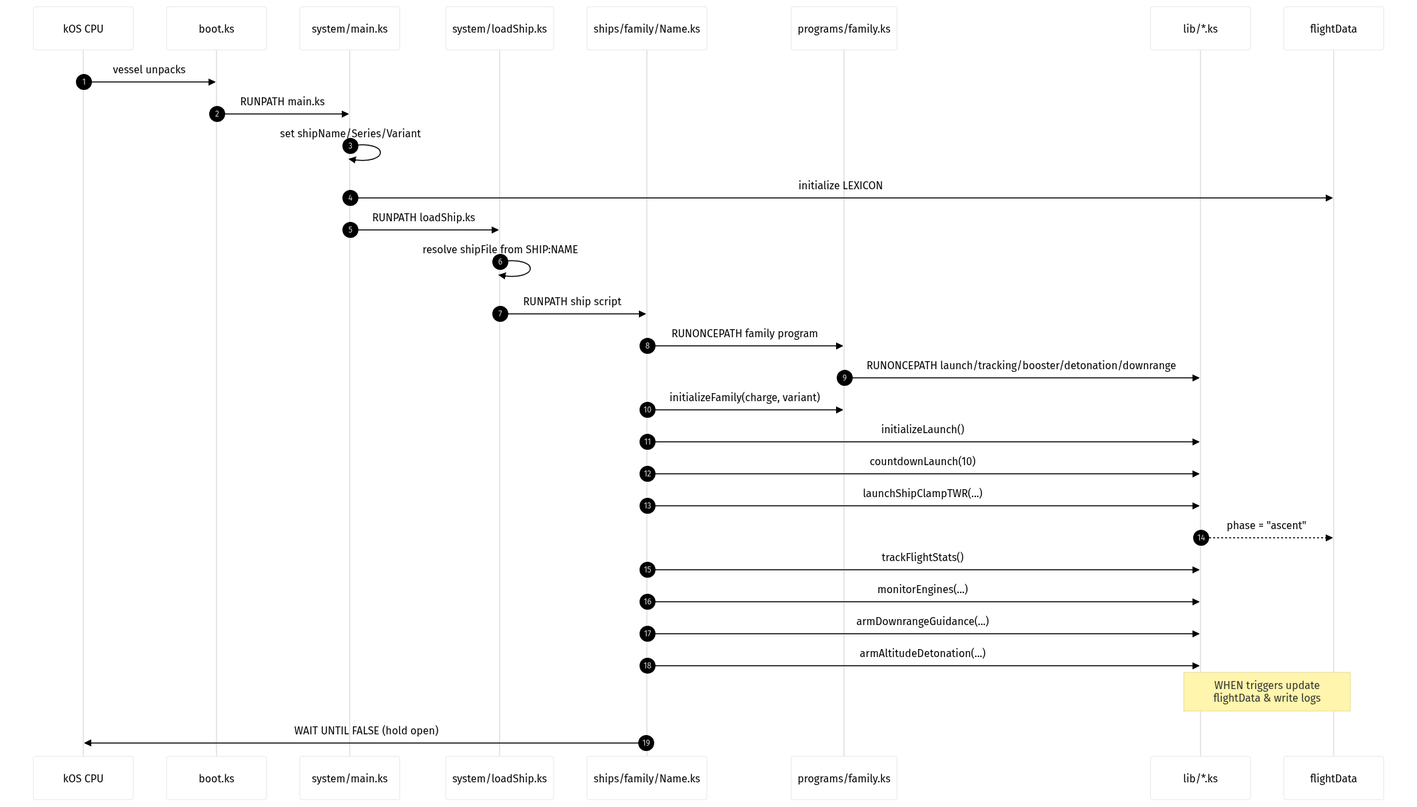
The Mermaid diagram docs/images/mission-sequence.png in Anymuz/Anymuz-RO-RP1-kOS-Scripts, before a commit. Its source is kept beside it as docs/images/_src/mission-sequence.mmd.
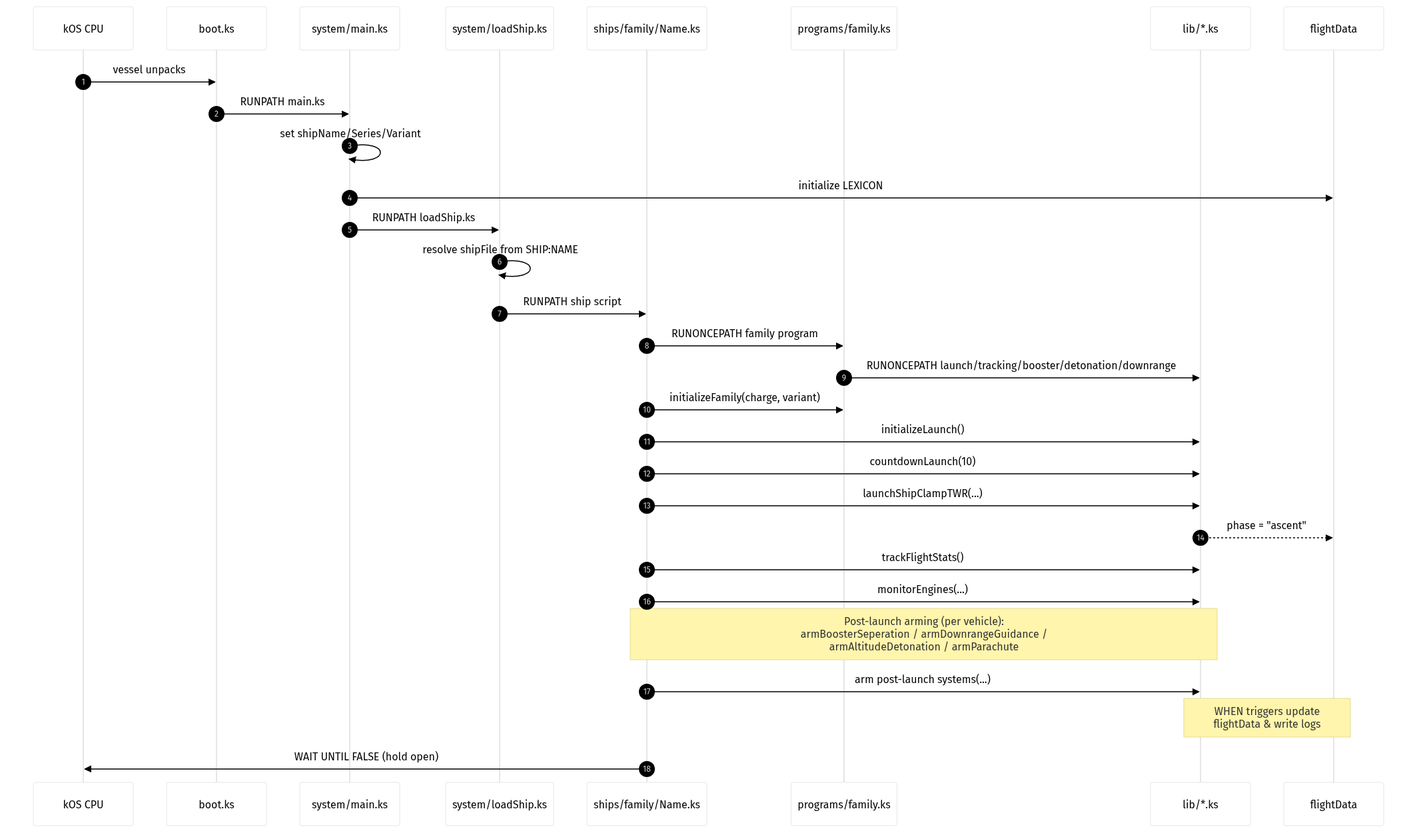
Above is the later version.

Change to the diagram source:
```diff
@@ -26,7 +26,7 @@
     Lib-->>FD: phase = "ascent"
     Ship->>Lib: trackFlightStats()
     Ship->>Lib: monitorEngines(...)
-    Ship->>Lib: armDownrangeGuidance(...)
-    Ship->>Lib: armAltitudeDetonation(...)
+    Note over Ship,Lib: Post-launch arming (per vehicle):<br/>armBoosterSeperation / armDownrangeGuidance /<br/>armAltitudeDetonation / armParachute
+    Ship->>Lib: arm post-launch systems(...)
     Note over Lib,FD: WHEN triggers update<br/>flightData & write logs
     Ship->>KOS: WAIT UNTIL FALSE (hold open)
```
